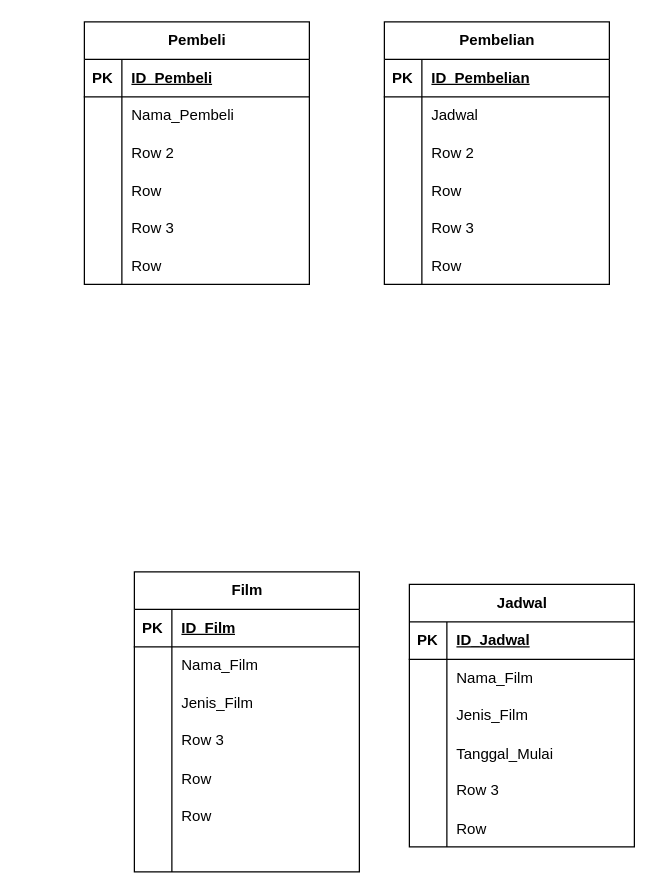
Before: page "Page-2" (2 of 2) of sistem-pembelian-tiket-retake.drawio in King-Ag-Jv/Project-Atrem, a draw.io diagram. Source tidied: cells renumbered, new cells numbered last; positions are measured from the earlier drawing's top-left corner, leaving out a move shared by most shapes. Both pictures are drawn from the tidied source at 125%, with x=0, y=0 at pixel (84, 21).
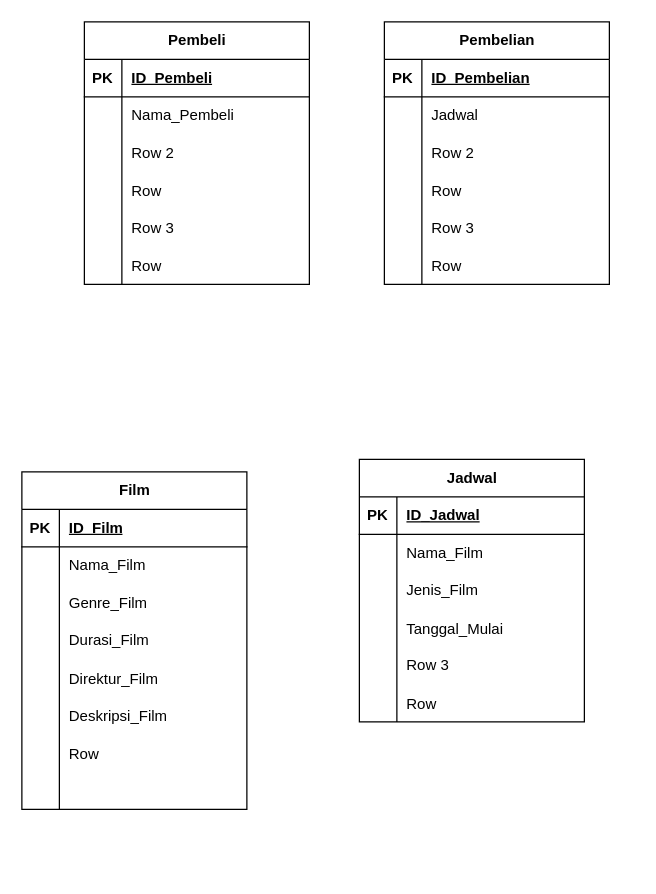
The same diagram, later.

Unchanged cells that the change refers to:
```xml
<mxCell id="47" style="shape=tableRow;horizontal=0;startSize=0;swimlaneHead=0;swimlaneBody=0;fillColor=none;top=0;left=0;right=0;bottom=0;" parent="40" vertex="1">
  <mxGeometry y="90" width="180" height="30" as="geometry" />
</mxCell>
<mxCell id="50" style="shape=tableRow;horizontal=0;startSize=0;swimlaneHead=0;swimlaneBody=0;fillColor=none;top=0;left=0;right=0;bottom=0;" parent="40" vertex="1">
  <mxGeometry y="120" width="180" height="30" as="geometry" />
</mxCell>
<mxCell id="53" style="shape=tableRow;horizontal=0;startSize=0;swimlaneHead=0;swimlaneBody=0;fillColor=none;top=0;left=0;right=0;bottom=0;" parent="40" vertex="1">
  <mxGeometry y="150" width="180" height="30" as="geometry" />
</mxCell>
<mxCell id="56" style="shape=tableRow;horizontal=0;startSize=0;swimlaneHead=0;swimlaneBody=0;fillColor=none;top=0;left=0;right=0;bottom=0;" parent="40" vertex="1">
  <mxGeometry y="180" width="180" height="30" as="geometry" />
</mxCell>
```

The edit, as a diff of the source:
```diff
@@
     <mxCell id="40" value="Film" style="shape=table;startSize=30;childLayout=tableLayout;rowLines=0;fontStyle=1;align=center;html=1;" parent="1" vertex="1">
-      <mxGeometry x="40" y="440" width="180" height="240" as="geometry" />
+      <mxGeometry x="-50" y="360" width="180" height="270" as="geometry" />
     </mxCell>
@@
-    <mxCell id="49" value="Jenis_Film" style="shape=partialRectangle;fillColor=none;top=0;left=0;bottom=0;right=0;align=left;spacingLeft=6;overflow=hidden;whiteSpace=wrap;html=1;" parent="47" vertex="1">
+    <mxCell id="49" value="Genre_Film" style="shape=partialRectangle;fillColor=none;top=0;left=0;bottom=0;right=0;align=left;spacingLeft=6;overflow=hidden;whiteSpace=wrap;html=1;" parent="47" vertex="1">
       <mxGeometry x="30" width="150" height="30" as="geometry" />
     </mxCell>
@@
-    <mxCell id="52" value="Row 3" style="shape=partialRectangle;fillColor=none;top=0;left=0;bottom=0;right=0;align=left;spacingLeft=6;overflow=hidden;whiteSpace=wrap;html=1;" parent="50" vertex="1">
+    <mxCell id="52" value="Durasi_Film" style="shape=partialRectangle;fillColor=none;top=0;left=0;bottom=0;right=0;align=left;spacingLeft=6;overflow=hidden;whiteSpace=wrap;html=1;" parent="50" vertex="1">
       <mxGeometry x="30" width="150" height="30" as="geometry" />
     </mxCell>
@@
-    <mxCell id="55" value="Row" style="shape=partialRectangle;fillColor=none;top=0;left=0;bottom=0;right=0;align=left;spacingLeft=6;overflow=hidden;" parent="53" vertex="1">
+    <mxCell id="55" value="Direktur_Film" style="shape=partialRectangle;fillColor=none;top=0;left=0;bottom=0;right=0;align=left;spacingLeft=6;overflow=hidden;" parent="53" vertex="1">
       <mxGeometry x="30" width="150" height="30" as="geometry" />
     </mxCell>
@@
-    <mxCell id="58" value="Row" style="shape=partialRectangle;fillColor=none;top=0;left=0;bottom=0;right=0;align=left;spacingLeft=6;overflow=hidden;" parent="56" vertex="1">
+    <mxCell id="58" value="Deskripsi_Film" style="shape=partialRectangle;fillColor=none;top=0;left=0;bottom=0;right=0;align=left;spacingLeft=6;overflow=hidden;" parent="56" vertex="1">
       <mxGeometry x="30" width="150" height="30" as="geometry" />
     </mxCell>
+    <mxCell id="81" style="shape=tableRow;horizontal=0;startSize=0;swimlaneHead=0;swimlaneBody=0;fillColor=none;top=0;left=0;right=0;bottom=0;" parent="40" vertex="1">
+      <mxGeometry y="210" width="180" height="30" as="geometry" />
+    </mxCell>
+    <mxCell id="82" style="shape=partialRectangle;fillColor=none;top=0;left=0;bottom=0;right=0;overflow=hidden;" parent="81" vertex="1">
+      <mxGeometry width="30" height="30" as="geometry" />
+    </mxCell>
+    <mxCell id="83" value="Row" style="shape=partialRectangle;fillColor=none;top=0;left=0;bottom=0;right=0;align=left;spacingLeft=6;overflow=hidden;" parent="81" vertex="1">
+      <mxGeometry x="30" width="150" height="30" as="geometry" />
+    </mxCell>
     <mxCell id="59" style="shape=tableRow;horizontal=0;startSize=0;swimlaneHead=0;swimlaneBody=0;fillColor=none;top=0;left=0;right=0;bottom=0;" parent="40" vertex="1">
-      <mxGeometry y="210" width="180" height="30" as="geometry" />
+      <mxGeometry y="240" width="180" height="30" as="geometry" />
     </mxCell>
@@
     <mxCell id="62" value="Jadwal" style="shape=table;startSize=30;childLayout=tableLayout;rowLines=0;fontStyle=1;align=center;html=1;" parent="1" vertex="1">
-      <mxGeometry x="260" y="450" width="180" height="210" as="geometry" />
+      <mxGeometry x="220" y="350" width="180" height="210" as="geometry" />
     </mxCell>
```
